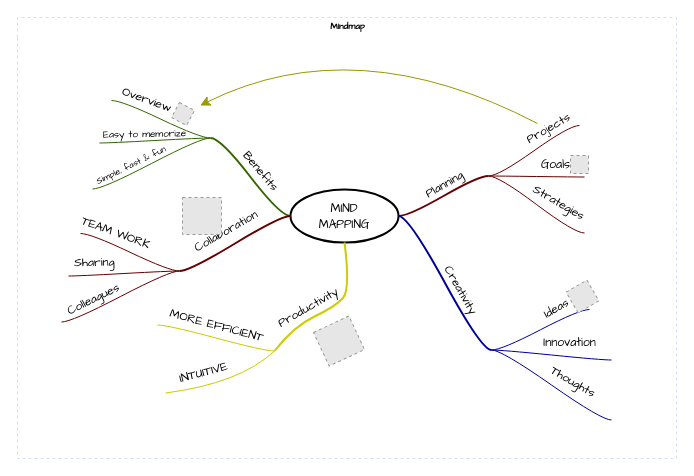
This is 人工智能思维导图.drawio from jikebin/draw_project, a draw.io file, before an edit. Source tidied: cells renumbered, new cells numbered last; positions are measured from the earlier drawing's top-left corner, leaving out a move shared by most shapes. Both pictures are drawn from the tidied source at 100%, with x=0, y=0 at pixel (17, 17). Pictures stored in the file or linked from it are replaced by grey dashed boxes.
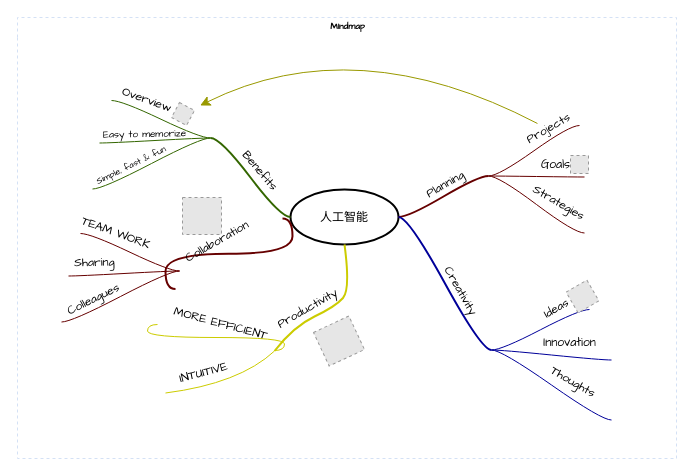
The same page after the edit.

Commit message:
更新人工智能思维导图.drawio

Unchanged cells that the change refers to:
```xml
<mxCell id="2" value="Mindmap" style="swimlane;html=1;startSize=20;horizontal=1;containerType=tree;labelBackgroundColor=none;strokeColor=#D4E1F5;strokeWidth=1;fillColor=none;fontFamily=Comic Sans MS;fontSize=9;swimlaneLine=0;dashed=1;" parent="1" vertex="1">
  <mxGeometry width="659" height="441" as="geometry" />
</mxCell>
<mxCell id="47" style="whiteSpace=wrap;html=1;rounded=1;arcSize=50;align=center;verticalAlign=middle;strokeWidth=1;spacing=4;" parent="2" vertex="1">
  <mxGeometry x="162" y="253" height="1" as="geometry" />
</mxCell>
<mxCell id="61" style="whiteSpace=wrap;html=1;rounded=1;arcSize=50;align=center;verticalAlign=middle;strokeWidth=1;spacing=4;" parent="2" vertex="1">
  <mxGeometry x="257" y="333" height="1" as="geometry" />
</mxCell>
<mxCell id="67" style="whiteSpace=wrap;html=1;rounded=1;arcSize=50;align=center;verticalAlign=middle;strokeWidth=1;spacing=4;" parent="2" vertex="1">
  <mxGeometry x="140" y="307" height="1" as="geometry" />
</mxCell>
```

Diff of the diagram source:
```diff
@@
-    <mxCell id="3" value="&lt;font face=&quot;Comic Sans MS&quot;&gt;MIND&lt;br&gt;MAPPING&lt;/font&gt;" style="ellipse;whiteSpace=wrap;html=1;align=center;strokeWidth=2;" parent="2" vertex="1">
-      <mxGeometry x="273" y="172" width="108" height="53" as="geometry" />
+    <mxCell id="3" value="&lt;font face=&quot;Comic Sans MS&quot;&gt;人工智能&lt;/font&gt;" style="ellipse;whiteSpace=wrap;html=1;align=center;strokeWidth=2;" parent="2" vertex="1">
+      <mxGeometry x="273" y="172" width="108" height="55" as="geometry" />
     </mxCell>
@@
-    <mxCell id="48" style="edgeStyle=entityRelationEdgeStyle;startArrow=none;endArrow=none;segment=10;curved=1;strokeWidth=2;strokeColor=#660000;rounded=0;fontSize=12;startSize=8;endSize=8;" parent="2" edge="1" source="3" target="47">
-      <mxGeometry relative="1" as="geometry" />
+    <mxCell id="48" style="edgeStyle=entityRelationEdgeStyle;startArrow=none;endArrow=none;segment=10;curved=1;strokeWidth=2;strokeColor=#660000;rounded=0;fontSize=12;startSize=8;endSize=8;" parent="2" edge="1">
+      <mxGeometry relative="1" as="geometry">
+        <mxPoint x="265" y="201" as="sourcePoint" />
+        <mxPoint x="158" y="271.5" as="targetPoint" />
+        <Array as="points">
+          <mxPoint x="250" y="205" />
+        </Array>
+      </mxGeometry>
     </mxCell>
@@
-    <mxCell id="68" style="edgeStyle=entityRelationEdgeStyle;startArrow=none;endArrow=none;segment=10;curved=1;strokeColor=#CCCC00;rounded=0;fontSize=12;startSize=8;endSize=8;" parent="2" edge="1" source="61" target="67">
-      <mxGeometry relative="1" as="geometry" />
+    <mxCell id="68" style="edgeStyle=entityRelationEdgeStyle;startArrow=none;endArrow=none;segment=10;curved=1;strokeColor=#CCCC00;rounded=0;fontSize=12;startSize=8;endSize=8;" parent="2" edge="1">
+      <mxGeometry relative="1" as="geometry">
+        <mxPoint x="257" y="333" as="sourcePoint" />
+        <mxPoint x="140" y="307" as="targetPoint" />
+      </mxGeometry>
     </mxCell>
```
